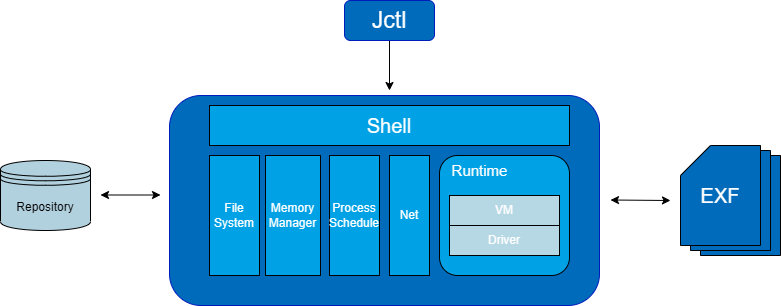
The draw.io diagram arch.drawio.png in Ansurfen/action-learn, before a commit. Source tidied: cells renumbered, new cells last; positions are measured from the earlier drawing's top-left corner, leaving out a move shared by most shapes. The source it was exported from:
```xml
<mxGraphModel>
  <root>
    <mxCell id="0" />
    <mxCell id="1" parent="0" />
    <mxCell id="2" style="edgeStyle=orthogonalEdgeStyle;rounded=0;jettySize=auto;html=1;" parent="1" edge="1" source="3">
      <mxGeometry relative="1" as="geometry">
        <mxPoint x="389" y="90" as="targetPoint" />
      </mxGeometry>
    </mxCell>
    <mxCell id="3" value="&lt;font style=&quot;font-size: 23px;&quot;&gt;Jctl&lt;/font&gt;" style="rounded=1;whiteSpace=wrap;html=1;fillColor=#006bbb;strokeColor=#001DBC;fillStyle=auto;fontColor=#ffffff;" parent="1" vertex="1">
      <mxGeometry x="344" width="90" height="40" as="geometry" />
    </mxCell>
    <mxCell id="4" style="rounded=1;whiteSpace=wrap;html=1;fillColor=#006bbb;strokeColor=#001DBC;fontColor=#ffffff;" parent="1" vertex="1">
      <mxGeometry x="169" y="95" width="430" height="210" as="geometry" />
    </mxCell>
    <mxCell id="5" value="&lt;font style=&quot;font-size: 20px;&quot;&gt;Shell&lt;/font&gt;" style="rounded=0;whiteSpace=wrap;html=1;fillColor=#00a1e5;fontColor=#FFFFFFFF;" parent="1" vertex="1">
      <mxGeometry x="209" y="105" width="360" height="40" as="geometry" />
    </mxCell>
    <mxCell id="6" value="Repository" style="shape=datastore;whiteSpace=wrap;html=1;fillColor=#B1D1DE;strokeColor=default;" parent="1" vertex="1">
      <mxGeometry y="160" width="90" height="70" as="geometry" />
    </mxCell>
    <mxCell id="7" value="File&lt;br&gt;System" style="rounded=0;whiteSpace=wrap;html=1;fillColor=#00a1e5;fontColor=#FFFFFF;" parent="1" vertex="1">
      <mxGeometry x="209" y="155" width="50" height="120" as="geometry" />
    </mxCell>
    <mxCell id="8" value="Process&lt;br&gt;Schedule" style="rounded=0;whiteSpace=wrap;html=1;fontColor=#FFFFFF;fillColor=#00a1e5;" parent="1" vertex="1">
      <mxGeometry x="329" y="155" width="50" height="120" as="geometry" />
    </mxCell>
    <mxCell id="9" value="Memory&lt;br&gt;Manager" style="rounded=0;whiteSpace=wrap;html=1;fontColor=#FFFFFF;fillColor=#00a1e5;" parent="1" vertex="1">
      <mxGeometry x="265" y="155" width="55" height="120" as="geometry" />
    </mxCell>
    <mxCell id="10" style="rounded=1;whiteSpace=wrap;html=1;fillColor=#00a1e5;" parent="1" vertex="1">
      <mxGeometry x="439" y="155" width="130" height="120" as="geometry" />
    </mxCell>
    <mxCell id="11" value="Net" style="rounded=0;whiteSpace=wrap;html=1;fontColor=#FFFFFF;fillColor=#00a1e5;" parent="1" vertex="1">
      <mxGeometry x="389" y="155" width="40" height="120" as="geometry" />
    </mxCell>
    <mxCell id="12" value="Runtime" style="text;html=1;align=center;verticalAlign=middle;strokeColor=none;fillColor=none;fontColor=#FFFFFF;fontSize=15;" parent="1" vertex="1">
      <mxGeometry x="439" y="155" width="80" height="30" as="geometry" />
    </mxCell>
    <mxCell id="13" value="Driver" style="rounded=0;whiteSpace=wrap;html=1;fontColor=#FFFFFF;fillColor=#b6d7e4;" parent="1" vertex="1">
      <mxGeometry x="449" y="225" width="110" height="30" as="geometry" />
    </mxCell>
    <mxCell id="14" value="VM" style="rounded=0;whiteSpace=wrap;html=1;fontColor=#FFFFFF;strokeColor=default;fillColor=#b6d7e4;" parent="1" vertex="1">
      <mxGeometry x="449" y="195" width="110" height="30" as="geometry" />
    </mxCell>
    <mxCell id="15" style="shape=card;whiteSpace=wrap;html=1;fillColor=#006BBB;" parent="1" vertex="1">
      <mxGeometry x="700" y="155" width="80" height="100" as="geometry" />
    </mxCell>
    <mxCell id="16" style="shape=card;whiteSpace=wrap;html=1;fillColor=#006BBB;" parent="1" vertex="1">
      <mxGeometry x="690" y="150" width="80" height="100" as="geometry" />
    </mxCell>
    <mxCell id="17" value="&lt;font color=&quot;#ffffff&quot; style=&quot;font-size: 20px;&quot;&gt;EXF&lt;/font&gt;" style="shape=card;whiteSpace=wrap;html=1;fillColor=#006BBB;" parent="1" vertex="1">
      <mxGeometry x="680" y="145" width="80" height="100" as="geometry" />
    </mxCell>
    <mxCell id="18" style="endArrow=classic;startArrow=classic;html=1;rounded=0;" parent="1" edge="1">
      <mxGeometry relative="1" as="geometry">
        <mxPoint x="610" y="199.5" as="sourcePoint" />
        <mxPoint x="670" y="200" as="targetPoint" />
      </mxGeometry>
    </mxCell>
    <mxCell id="19" style="endArrow=classic;startArrow=classic;html=1;rounded=0;" parent="1" edge="1">
      <mxGeometry relative="1" as="geometry">
        <mxPoint x="100" y="194.5" as="sourcePoint" />
        <mxPoint x="160" y="194.5" as="targetPoint" />
      </mxGeometry>
    </mxCell>
  </root>
</mxGraphModel>
```
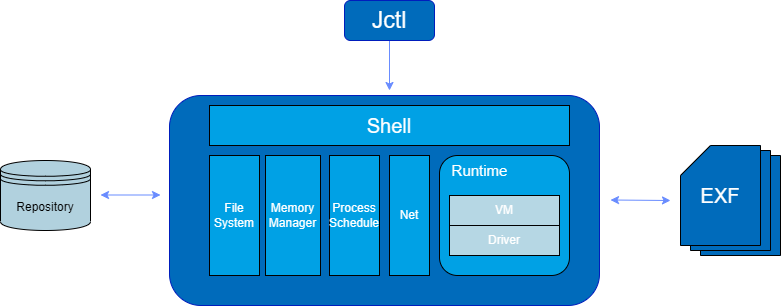
The same diagram one commit later.

The edit, as a diff of the source:
```diff
@@ -2,7 +2,7 @@
   <root>
     <mxCell id="0" />
     <mxCell id="1" parent="0" />
-    <mxCell id="2" style="edgeStyle=orthogonalEdgeStyle;rounded=0;jettySize=auto;html=1;" parent="1" edge="1" source="3">
+    <mxCell id="2" style="edgeStyle=orthogonalEdgeStyle;rounded=0;jettySize=auto;html=1;strokeColor=#698CFF;" parent="1" edge="1" source="3">
       <mxGeometry relative="1" as="geometry">
         <mxPoint x="389" y="90" as="targetPoint" />
       </mxGeometry>
@@ -52,13 +52,13 @@
     <mxCell id="17" value="&lt;font color=&quot;#ffffff&quot; style=&quot;font-size: 20px;&quot;&gt;EXF&lt;/font&gt;" style="shape=card;whiteSpace=wrap;html=1;fillColor=#006BBB;" parent="1" vertex="1">
       <mxGeometry x="680" y="145" width="80" height="100" as="geometry" />
     </mxCell>
-    <mxCell id="18" style="endArrow=classic;startArrow=classic;html=1;rounded=0;" parent="1" edge="1">
+    <mxCell id="18" style="endArrow=classic;startArrow=classic;html=1;rounded=0;strokeColor=#698CFF;" parent="1" edge="1">
       <mxGeometry relative="1" as="geometry">
         <mxPoint x="610" y="199.5" as="sourcePoint" />
         <mxPoint x="670" y="200" as="targetPoint" />
       </mxGeometry>
     </mxCell>
-    <mxCell id="19" style="endArrow=classic;startArrow=classic;html=1;rounded=0;" parent="1" edge="1">
+    <mxCell id="19" style="endArrow=classic;startArrow=classic;html=1;rounded=0;strokeColor=#698CFF;" parent="1" edge="1">
       <mxGeometry relative="1" as="geometry">
         <mxPoint x="100" y="194.5" as="sourcePoint" />
         <mxPoint x="160" y="194.5" as="targetPoint" />
```
